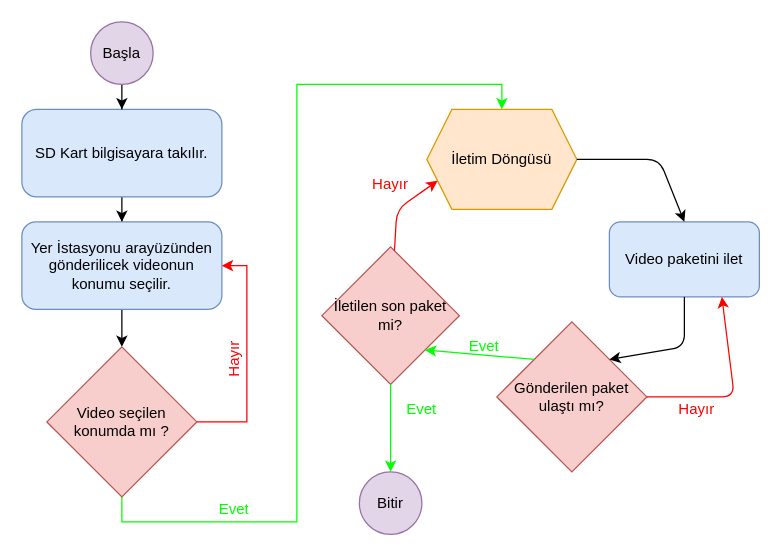
Above: Model Satellite Diagrams/Video-Transmitting.drawio in mthaasen/My-Diagrams (draw.io), before the change. Source tidied: cells renumbered, new cells numbered last; positions are measured from the earlier drawing's top-left corner, leaving out a move shared by most shapes. Both pictures are drawn from the tidied source at 125%, with x=0, y=0 at pixel (21, 21).
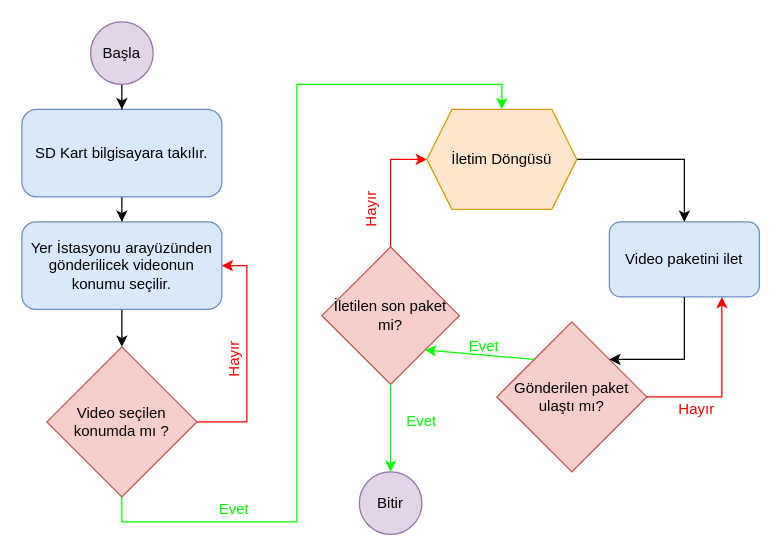
Above is the later version.

Unchanged cells that the change refers to:
```xml
<mxCell id="12" value="Video paketini ilet" style="rounded=1;whiteSpace=wrap;html=1;fillColor=#dae8fc;strokeColor=#6c8ebf;" parent="1" vertex="1">
  <mxGeometry x="470" y="160" width="120" height="60" as="geometry" />
</mxCell>
<mxCell id="14" value="İletim Döngüsü" style="shape=hexagon;perimeter=hexagonPerimeter2;whiteSpace=wrap;html=1;fixedSize=1;fillColor=#ffe6cc;strokeColor=#d79b00;" parent="1" vertex="1">
  <mxGeometry x="324" y="70" width="120" height="80" as="geometry" />
</mxCell>
<mxCell id="15" value="Gönderilen paket ulaştı mı?" style="rhombus;whiteSpace=wrap;html=1;fillColor=#f8cecc;strokeColor=#b85450;" parent="1" vertex="1">
  <mxGeometry x="380" y="240" width="120" height="120" as="geometry" />
</mxCell>
<mxCell id="16" value="İletilen son paket mi?" style="rhombus;whiteSpace=wrap;html=1;fillColor=#f8cecc;strokeColor=#b85450;" parent="1" vertex="1">
  <mxGeometry x="240" y="180" width="110" height="110" as="geometry" />
</mxCell>
```

The edit, as a diff of the source:
```diff
@@
+    <mxCell id="17" style="edgeStyle=orthogonalEdgeStyle;rounded=0;jettySize=auto;html=1;entryX=0.5;entryY=0;entryDx=0;entryDy=0;" parent="1" edge="1" source="14" target="12">
+      <mxGeometry relative="1" as="geometry" />
+    </mxCell>
@@
-    <mxCell id="17" style="endArrow=classic;html=1;exitX=1;exitY=0.5;exitDx=0;exitDy=0;entryX=0.5;entryY=0;entryDx=0;entryDy=0;" parent="1" edge="1" source="14" target="12">
-      <mxGeometry relative="1" as="geometry">
-        <Array as="points">
-          <mxPoint x="510" y="110" />
-        </Array>
-      </mxGeometry>
-    </mxCell>
-    <mxCell id="18" style="endArrow=classic;html=1;exitX=0.5;exitY=1;exitDx=0;exitDy=0;entryX=1;entryY=0;entryDx=0;entryDy=0;" parent="1" edge="1" source="12" target="15">
+    <mxCell id="18" style="endArrow=classic;html=1;exitX=0.5;exitY=1;exitDx=0;exitDy=0;entryX=1;entryY=0;entryDx=0;entryDy=0;rounded=0;" parent="1" edge="1" source="12" target="15">
       <mxGeometry relative="1" as="geometry">
         <Array as="points">
-          <mxPoint x="530" y="260" />
+          <mxPoint x="530" y="270" />
         </Array>
       </mxGeometry>
     </mxCell>
@@
-    <mxCell id="20" value="&lt;font color=&quot;#00ff00&quot;&gt;Evet&lt;/font&gt;" style="text;html=1;strokeColor=none;fillColor=none;align=center;verticalAlign=middle;whiteSpace=wrap;rounded=0;" parent="1" vertex="1">
+    <mxCell id="20" value="&lt;font color=&quot;#00ff00&quot;&gt;Evet&lt;/font&gt;" style="text;html=1;strokeColor=none;fillColor=none;align=center;verticalAlign=middle;whiteSpace=wrap;rounded=0;rotation=0;" parent="1" vertex="1">
       <mxGeometry x="350" y="250" width="40" height="20" as="geometry" />
     </mxCell>
-    <mxCell id="21" style="endArrow=classic;html=1;entryX=0;entryY=0.75;entryDx=0;entryDy=0;strokeColor=#FF0000;" parent="1" edge="1" source="16" target="14">
+    <mxCell id="21" style="endArrow=classic;html=1;entryX=0;entryY=0.5;entryDx=0;entryDy=0;strokeColor=#FF0000;rounded=0;exitX=0.5;exitY=0;exitDx=0;exitDy=0;" parent="1" edge="1" source="16" target="14">
       <mxGeometry relative="1" as="geometry">
         <Array as="points">
-          <mxPoint x="300" y="150" />
+          <mxPoint x="295" y="110" />
         </Array>
       </mxGeometry>
     </mxCell>
-    <mxCell id="22" value="&lt;font color=&quot;#ff0000&quot;&gt;Hayır&lt;/font&gt;" style="text;html=1;strokeColor=none;fillColor=none;align=center;verticalAlign=middle;whiteSpace=wrap;rounded=0;" parent="1" vertex="1">
-      <mxGeometry x="275" y="120" width="40" height="20" as="geometry" />
+    <mxCell id="22" value="&lt;font color=&quot;#ff0000&quot;&gt;Hayır&lt;/font&gt;" style="text;html=1;strokeColor=none;fillColor=none;align=center;verticalAlign=middle;whiteSpace=wrap;rounded=0;rotation=-90;" parent="1" vertex="1">
+      <mxGeometry x="260" y="140" width="40" height="20" as="geometry" />
     </mxCell>
-    <mxCell id="23" style="endArrow=classic;html=1;strokeColor=#FF0000;exitX=1;exitY=0.5;exitDx=0;exitDy=0;entryX=0.75;entryY=1;entryDx=0;entryDy=0;" parent="1" edge="1" source="15" target="12">
+    <mxCell id="23" style="endArrow=classic;html=1;strokeColor=#FF0000;exitX=1;exitY=0.5;exitDx=0;exitDy=0;entryX=0.75;entryY=1;entryDx=0;entryDy=0;rounded=0;" parent="1" edge="1" source="15" target="12">
       <mxGeometry relative="1" as="geometry">
         <Array as="points">
-          <mxPoint x="570" y="300" />
+          <mxPoint x="560" y="300" />
         </Array>
       </mxGeometry>
     </mxCell>
@@
     <mxCell id="27" value="&lt;font color=&quot;#00ff00&quot;&gt;Evet&lt;/font&gt;" style="text;html=1;strokeColor=none;fillColor=none;align=center;verticalAlign=middle;whiteSpace=wrap;rounded=0;" parent="1" vertex="1">
-      <mxGeometry x="300" y="300" width="40" height="20" as="geometry" />
+      <mxGeometry x="300" y="310" width="40" height="20" as="geometry" />
     </mxCell>
```
